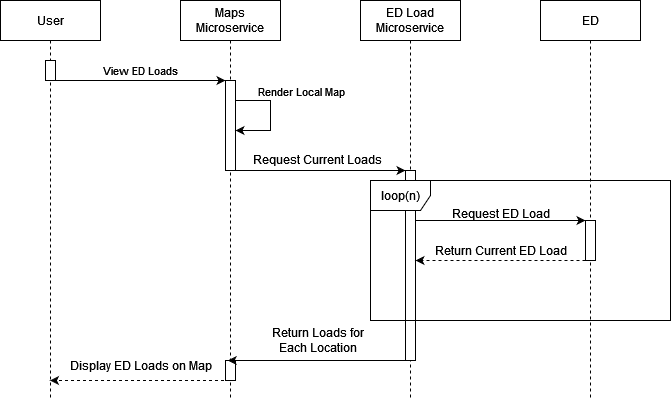
uvic-teach/project-m1-team9 keeps this draw.io diagram as Assets/View Current ED Loads SDiagram.drawio.png. Above is the earlier version. Source tidied: cells renumbered, new cells last; positions are measured from the earlier drawing's top-left corner, leaving out a move shared by most shapes.
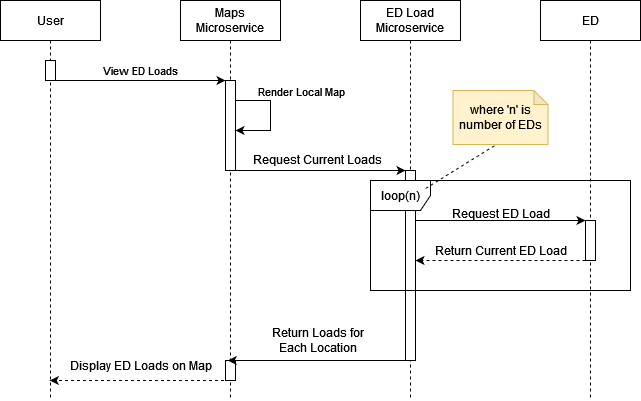
After the commit.

Change to the diagram source:
```diff
@@ -64,7 +64,7 @@
       </mxGeometry>
     </mxCell>
     <mxCell id="16" value="loop(n)" style="shape=umlFrame;whiteSpace=wrap;html=1;" parent="1" vertex="1">
-      <mxGeometry x="370" y="180" width="300" height="140" as="geometry" />
+      <mxGeometry x="370" y="180" width="260" height="110" as="geometry" />
     </mxCell>
     <mxCell id="17" value="Display ED Loads on Map" style="text;html=1;align=center;verticalAlign=middle;strokeColor=none;fillColor=none;" parent="1" vertex="1">
       <mxGeometry x="60" y="350" width="160" height="30" as="geometry" />
@@ -103,5 +103,13 @@
     <mxCell id="24" value="&lt;div&gt;Return Loads for &lt;br&gt;&lt;/div&gt;&lt;div&gt;Each Location&lt;/div&gt;" style="text;html=1;align=center;verticalAlign=middle;strokeColor=none;fillColor=none;" parent="1" vertex="1">
       <mxGeometry x="262" y="320" width="110" height="40" as="geometry" />
     </mxCell>
+    <mxCell id="25" value="&lt;div&gt;where 'n' is&lt;/div&gt;&lt;div&gt;number of EDs&lt;/div&gt;" style="shape=note;whiteSpace=wrap;html=1;backgroundOutline=1;darkOpacity=0.05;size=14;fillColor=#fff2cc;strokeColor=#d6b656;" parent="1" vertex="1">
+      <mxGeometry x="452.5" y="90" width="95" height="54" as="geometry" />
+    </mxCell>
+    <mxCell id="26" style="endArrow=none;dashed=1;html=1;rounded=0;entryX=0.459;entryY=0.997;entryDx=0;entryDy=0;entryPerimeter=0;" parent="1" edge="1" target="25">
+      <mxGeometry relative="1" as="geometry">
+        <mxPoint x="425" y="188" as="sourcePoint" />
+      </mxGeometry>
+    </mxCell>
   </root>
 </mxGraphModel>
```
